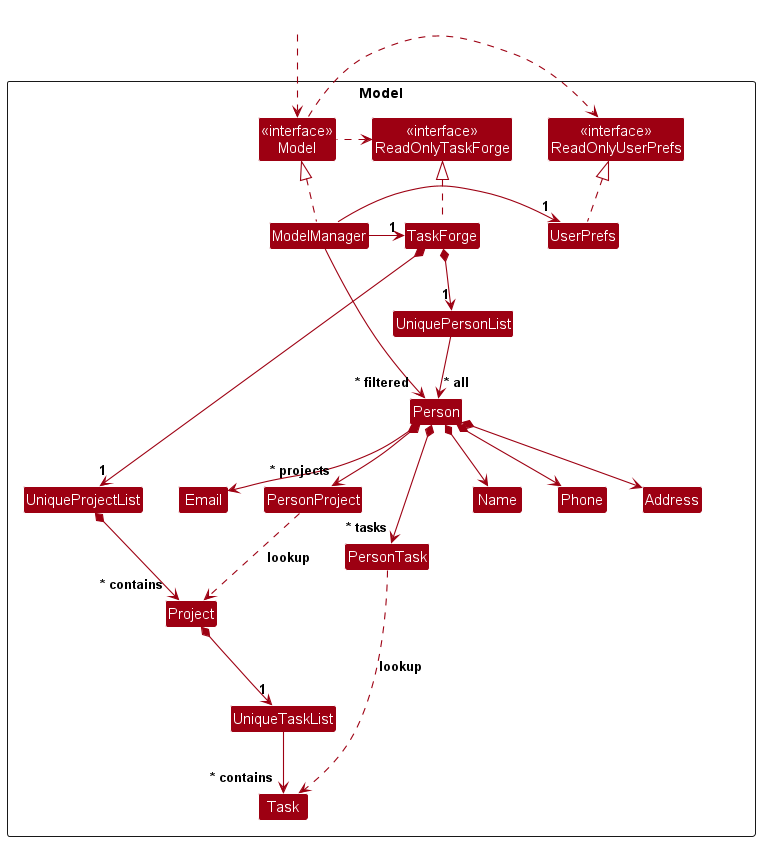
Earlier version of the PlantUML export docs/images/ModelClassDiagram.png (jiaqixu1/tp). Source of this version:
```plantuml
@startuml
!include style.puml
skinparam arrowThickness 1.1
skinparam arrowColor MODEL_COLOR
skinparam classBackgroundColor MODEL_COLOR

Package Model as ModelPackage <<Rectangle>>{
Class "<<interface>>\nReadOnlyTaskForge" as ReadOnlyTaskForge
Class "<<interface>>\nReadOnlyUserPrefs" as ReadOnlyUserPrefs
Class "<<interface>>\nModel" as Model
Class TaskForge
Class ModelManager
Class UserPrefs

Class UniquePersonList
Class UniqueProjectList
Class UniqueTaskList
Class Person
Class Address
Class Email
Class Name
Class Phone
Class Project
Class Task
Class PersonProject
Class PersonTask

Class I #FFFFFF
}

Class HiddenOutside #FFFFFF
HiddenOutside ..> Model

TaskForge .up.|> ReadOnlyTaskForge

ModelManager .up.|> Model
Model .right.> ReadOnlyUserPrefs
Model .left.> ReadOnlyTaskForge
ModelManager -left-> "1" TaskForge
ModelManager -right-> "1" UserPrefs
UserPrefs .up.|> ReadOnlyUserPrefs

TaskForge *--> "1" UniquePersonList
TaskForge *--> "1" UniqueProjectList
Project *--> "1" UniqueTaskList
UniquePersonList --> "~* all" Person
UniqueProjectList *--> "~* contains" Project
UniqueTaskList --> "~* contains" Task
Person *--> Name
Person *--> Phone
Person *--> Email
Person *--> Address
Person *--> "~* projects" PersonProject
Person *--> "~* tasks" PersonTask
PersonProject ..> Project : lookup
PersonTask ..> Task : lookup

Person -[hidden]up--> I
UniquePersonList -[hidden]right-> I
UniqueProjectList -[hidden]right-> I
UniqueTaskList -[hidden]right-> I

Name -[hidden]right-> Phone
Phone -[hidden]right-> Address
Address -[hidden]right-> Email
Project -[hidden]right-> Task

ModelManager --> "~* filtered" Person
@enduml
```
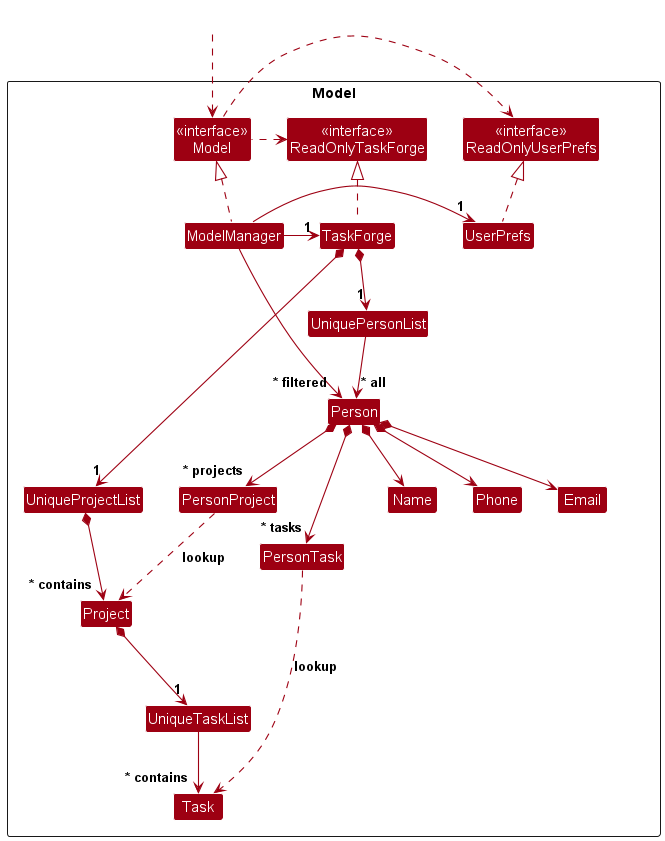
After the change.

Commit message:
Remove the Address field

The edit, as a diff of the source:
```diff
@@ -16,7 +16,6 @@
 Class UniqueProjectList
 Class UniqueTaskList
 Class Person
-Class Address
 Class Email
 Class Name
 Class Phone
@@ -49,7 +48,6 @@
 Person *--> Name
 Person *--> Phone
 Person *--> Email
-Person *--> Address
 Person *--> "~* projects" PersonProject
 Person *--> "~* tasks" PersonTask
 PersonProject ..> Project : lookup
@@ -61,8 +59,6 @@
 UniqueTaskList -[hidden]right-> I
 
 Name -[hidden]right-> Phone
-Phone -[hidden]right-> Address
-Address -[hidden]right-> Email
 Project -[hidden]right-> Task
 
 ModelManager --> "~* filtered" Person
```
